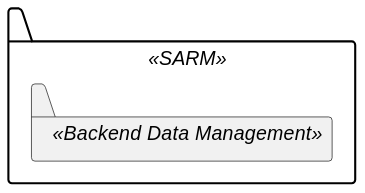
This is docs/views/level2/implementation-view.svg from 1220846/sem5pi-24-25-3ddg20, a PlantUML export, as it was before one commit. The source it was exported from:
```plantuml
@startuml
top to bottom direction

package " " <<SARM>>{
    package " " <<Backend Data Management>>{

    }
}
@enduml
```
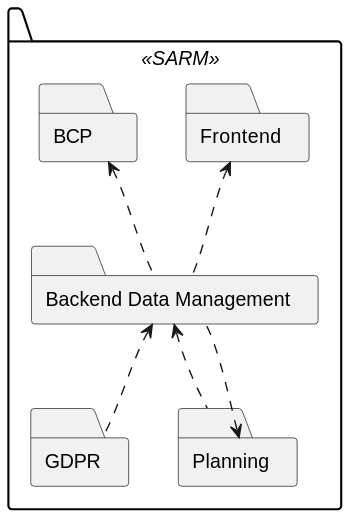
Above is the later version.

Diff of the diagram source:
```diff
@@ -2,8 +2,30 @@
 top to bottom direction
 
 package " " <<SARM>>{
-    package " " <<Backend Data Management>>{
+    folder "Backend Data Management" as Backend {
+
+    }
+
+    folder "Frontend" as Frontend{
+
+    }
+
+    folder "BCP" as BCP{
+
+    }
+
+    folder "GDPR" as GDPR{
+
+    }
+
+    folder  "Planning" as Planning {
 
     }
 }
+
+Frontend <.. Backend
+Backend <.. Planning
+Planning <.. Backend
+BCP <.. Backend
+Backend <.. GDPR
 @enduml
```
